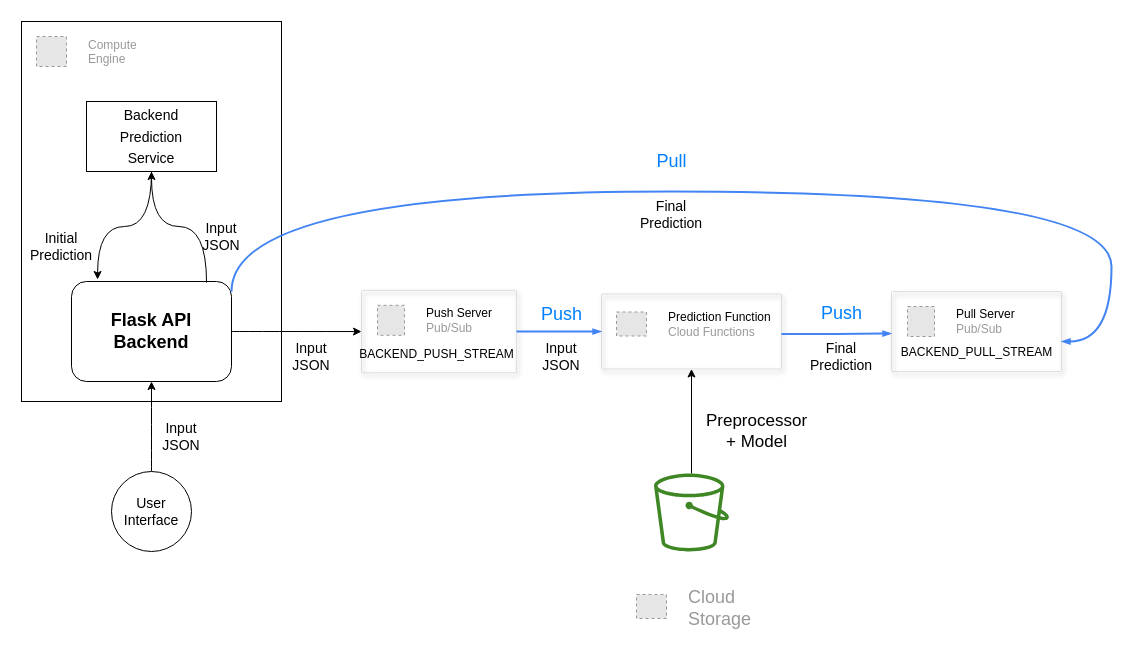
This is week6/prediction_service_full.drawio from Qfl3x/mlops-zoomcamp-notes, a draw.io file, before an edit. Source tidied: cells renumbered, new cells numbered last; positions are measured from the earlier drawing's top-left corner, leaving out a move shared by most shapes. Both pictures are drawn from the tidied source at 100%, with x=0, y=0 at pixel (21, 21). Pictures stored in the file or linked from it are replaced by grey dashed boxes.
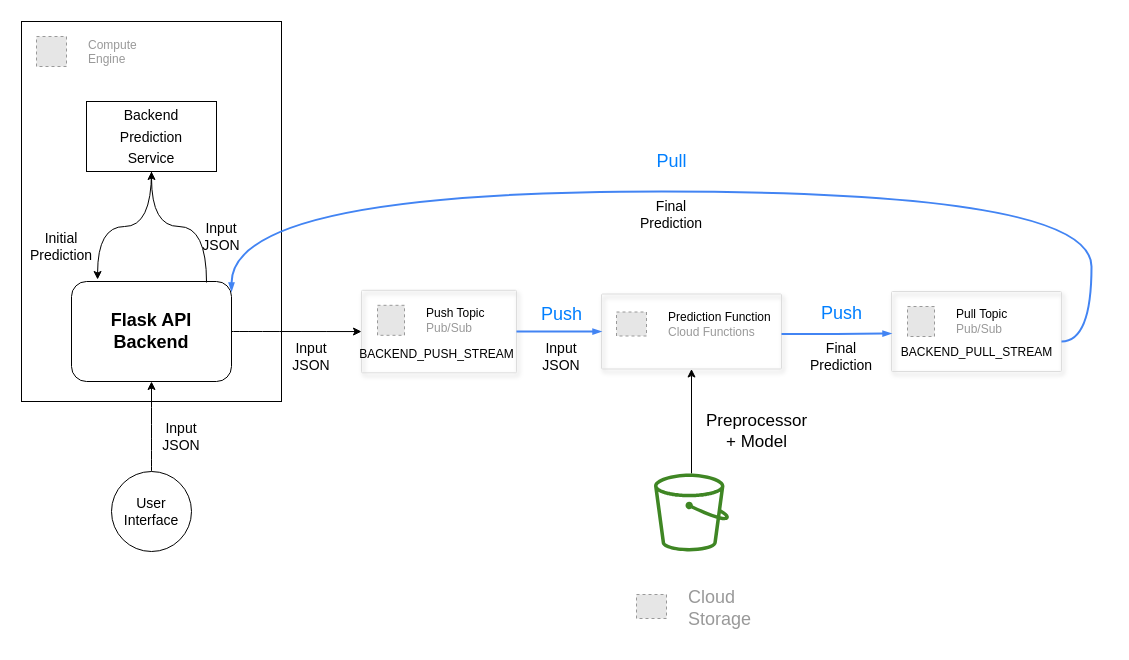
The same page after the edit.

Unchanged cells that the change refers to:
```xml
<mxCell id="16" style="strokeColor=#dddddd;shadow=1;strokeWidth=1;rounded=1;absoluteArcSize=1;arcSize=2;fillColor=none;" parent="1" vertex="1">
  <mxGeometry x="340" y="268.8" width="155" height="82.5" as="geometry" />
</mxCell>
<mxCell id="29" style="strokeColor=#dddddd;shadow=1;strokeWidth=1;rounded=1;absoluteArcSize=1;arcSize=2;fillColor=none;" parent="1" vertex="1">
  <mxGeometry x="870" y="270" width="170" height="80" as="geometry" />
</mxCell>
```

Change to the diagram source:
```diff
@@
-    <mxCell id="17" value="&lt;font color=&quot;#000000&quot;&gt;Push Server&lt;/font&gt;&lt;br&gt;&lt;div&gt;Pub/Sub&lt;/div&gt;" style="fillColor=#E6E6E6;strokeColor=#999999;dashed=1;html=1;fontColor=#999999;verticalLabelPosition=middle;labelBackgroundColor=#ffffff;verticalAlign=middle;labelPosition=right;align=left;spacingLeft=20;" parent="16" vertex="1">
+    <mxCell id="17" value="&lt;font color=&quot;#000000&quot;&gt;Push Topic&lt;/font&gt;&lt;br&gt;&lt;div&gt;Pub/Sub&lt;/div&gt;" style="fillColor=#E6E6E6;strokeColor=#999999;dashed=1;html=1;fontColor=#999999;verticalLabelPosition=middle;labelBackgroundColor=#ffffff;verticalAlign=middle;labelPosition=right;align=left;spacingLeft=20;" parent="16" vertex="1">
       <mxGeometry width="27" height="30" relative="1" as="geometry">
         <mxPoint x="16" y="15" as="offset" />
       </mxGeometry>
     </mxCell>
@@
-    <mxCell id="30" value="&lt;font color=&quot;#000000&quot;&gt;Pull Server&lt;/font&gt;&lt;br&gt;Pub/Sub" style="fillColor=#E6E6E6;strokeColor=#999999;dashed=1;html=1;fontColor=#999999;verticalLabelPosition=middle;labelBackgroundColor=#ffffff;verticalAlign=middle;labelPosition=right;align=left;spacingLeft=20;" parent="29" vertex="1">
+    <mxCell id="30" value="&lt;font color=&quot;#000000&quot;&gt;Pull Topic&lt;/font&gt;&lt;br&gt;Pub/Sub" style="fillColor=#E6E6E6;strokeColor=#999999;dashed=1;html=1;fontColor=#999999;verticalLabelPosition=middle;labelBackgroundColor=#ffffff;verticalAlign=middle;labelPosition=right;align=left;spacingLeft=20;" parent="29" vertex="1">
       <mxGeometry width="27" height="30" relative="1" as="geometry">
         <mxPoint x="16" y="15" as="offset" />
       </mxGeometry>
     </mxCell>
@@
     <mxCell id="35" style="edgeStyle=orthogonalEdgeStyle;fontSize=12;html=1;endArrow=blockThin;endFill=1;rounded=0;strokeWidth=2;endSize=4;startSize=4;dashed=0;strokeColor=#4284F3;fontColor=#007FFF;curved=1;" parent="1" edge="1">
       <mxGeometry relative="1" as="geometry">
-        <mxPoint x="210" y="270" as="sourcePoint" />
-        <mxPoint x="1040" y="320" as="targetPoint" />
+        <mxPoint x="1040" y="320" as="sourcePoint" />
+        <mxPoint x="210" y="270" as="targetPoint" />
         <Array as="points">
+          <mxPoint x="1070" y="320" />
+          <mxPoint x="1070" y="170" />
           <mxPoint x="210" y="170" />
-          <mxPoint x="1090" y="170" />
-          <mxPoint x="1090" y="320" />
         </Array>
       </mxGeometry>
     </mxCell>
```
